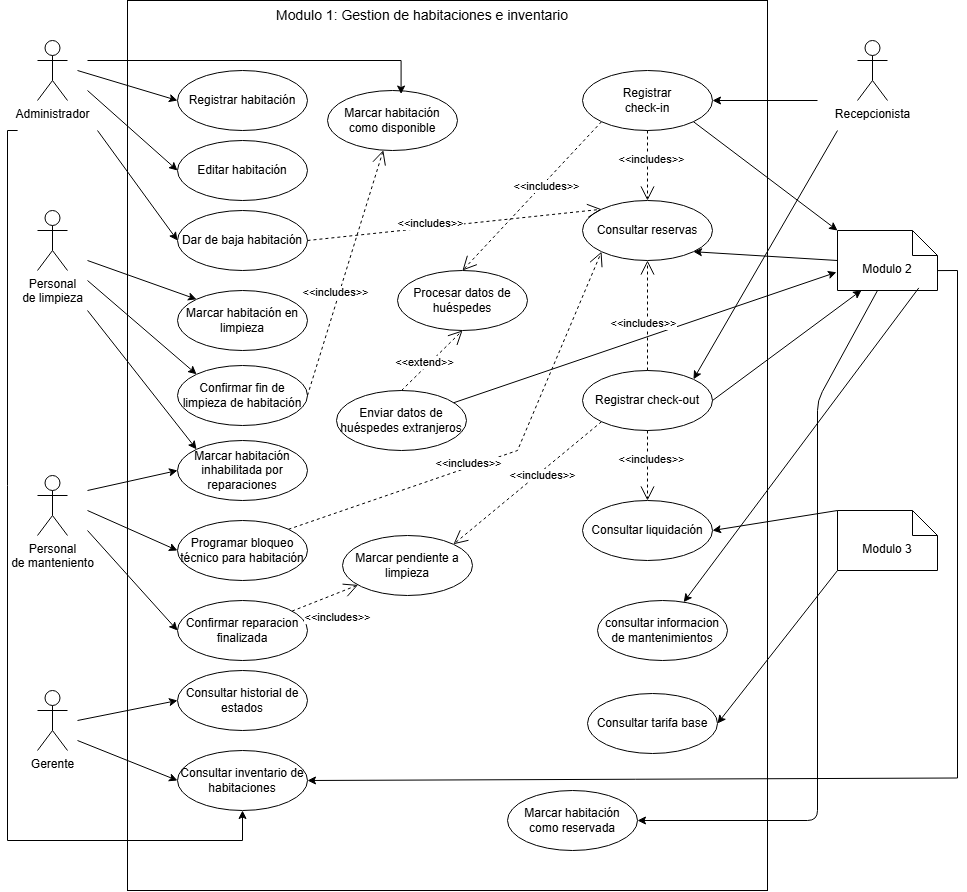
This is documentos/diagramas/cdu-modulo-1.png from MirianMarriaga/hospitua-module-1, a draw.io export, as it was before one commit. Source tidied: cells renumbered, new cells last; positions are measured from the earlier drawing's top-left corner, leaving out a move shared by most shapes.
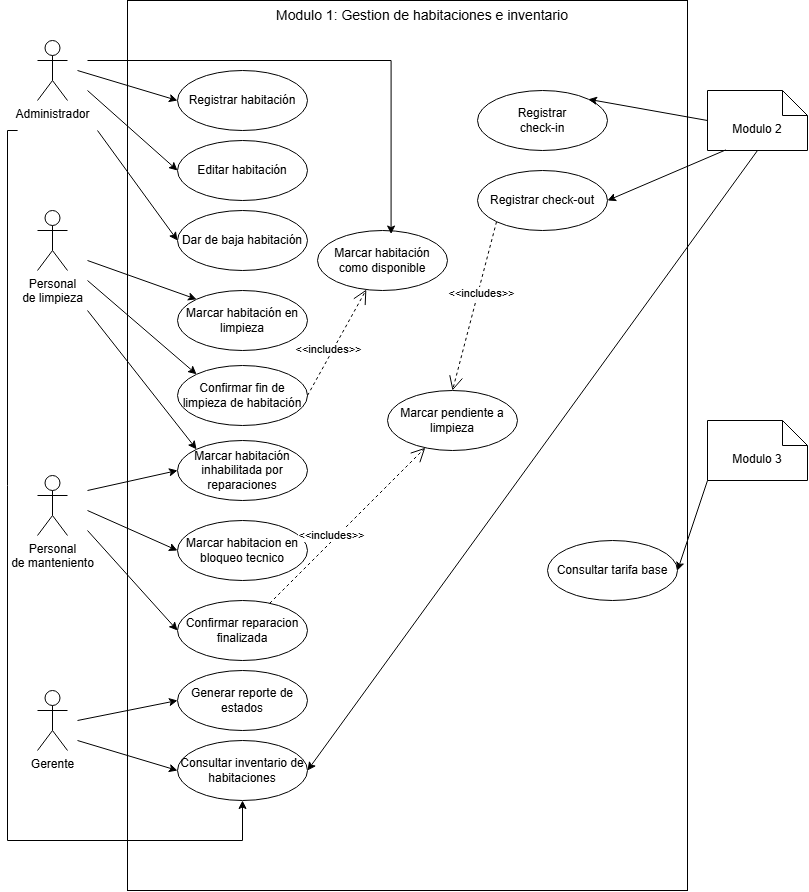
The same diagram one commit later.

The edit, as a diff of the source:
```diff
@@ -3,7 +3,7 @@
     <mxCell id="0" />
     <mxCell id="1" parent="0" />
     <mxCell id="2" style="rounded=0;whiteSpace=wrap;html=1;rotation=-90;fillColor=none;" parent="1" vertex="1">
-      <mxGeometry y="125" width="890" height="640" as="geometry" />
+      <mxGeometry x="-40" y="165" width="890" height="560" as="geometry" />
     </mxCell>
     <mxCell id="3" value="Administrador" style="shape=umlActor;verticalLabelPosition=bottom;verticalAlign=top;html=1;" parent="1" vertex="1">
       <mxGeometry x="35" y="40" width="30" height="60" as="geometry" />
@@ -18,10 +18,10 @@
       <mxGeometry x="265" width="310" height="30" as="geometry" />
     </mxCell>
     <mxCell id="7" value="Modulo 2" style="shape=note2;boundedLbl=1;whiteSpace=wrap;html=1;size=25;verticalAlign=top;align=center;" parent="1" vertex="1">
-      <mxGeometry x="835" y="230" width="100" height="60" as="geometry" />
+      <mxGeometry x="705" y="90" width="100" height="60" as="geometry" />
     </mxCell>
     <mxCell id="8" value="Modulo 3" style="shape=note2;boundedLbl=1;whiteSpace=wrap;html=1;size=25;verticalAlign=top;align=center;" parent="1" vertex="1">
-      <mxGeometry x="835" y="510" width="100" height="60" as="geometry" />
+      <mxGeometry x="705" y="420" width="100" height="60" as="geometry" />
     </mxCell>
     <mxCell id="9" value="Registrar habitación" style="ellipse;whiteSpace=wrap;html=1;" parent="1" vertex="1">
       <mxGeometry x="175" y="70" width="130" height="60" as="geometry" />
@@ -74,6 +74,9 @@
         <mxPoint x="85" y="490" as="sourcePoint" />
       </mxGeometry>
     </mxCell>
+    <mxCell id="64" style="endArrow=classic;html=1;rounded=0;endFill=1;exitX=0.5;exitY=1;exitDx=0;exitDy=0;exitPerimeter=0;entryX=1;entryY=0.5;entryDx=0;entryDy=0;" parent="1" edge="1" source="7" target="26">
+      <mxGeometry relative="1" as="geometry" />
+    </mxCell>
     <mxCell id="22" value="Confirmar reparacion finalizada" style="ellipse;whiteSpace=wrap;html=1;" parent="1" vertex="1">
       <mxGeometry x="175" y="600" width="130" height="60" as="geometry" />
     </mxCell>
@@ -83,13 +86,13 @@
       </mxGeometry>
     </mxCell>
     <mxCell id="24" value="Consultar tarifa base" style="ellipse;whiteSpace=wrap;html=1;" parent="1" vertex="1">
-      <mxGeometry x="585" y="693" width="130" height="60" as="geometry" />
+      <mxGeometry x="545" y="540" width="130" height="60" as="geometry" />
     </mxCell>
     <mxCell id="25" style="endArrow=classic;html=1;rounded=0;endFill=1;entryX=1;entryY=0.5;entryDx=0;entryDy=0;exitX=0;exitY=1;exitDx=0;exitDy=0;exitPerimeter=0;" parent="1" edge="1" source="8" target="24">
       <mxGeometry relative="1" as="geometry" />
     </mxCell>
     <mxCell id="26" value="Consultar inventario de habitaciones" style="ellipse;whiteSpace=wrap;html=1;" parent="1" vertex="1">
-      <mxGeometry x="175" y="750" width="130" height="60" as="geometry" />
+      <mxGeometry x="175" y="740" width="130" height="60" as="geometry" />
     </mxCell>
     <mxCell id="27" style="endArrow=classic;html=1;rounded=0;endFill=1;entryX=0;entryY=0.5;entryDx=0;entryDy=0;" parent="1" edge="1" target="26">
       <mxGeometry relative="1" as="geometry">
@@ -97,25 +100,21 @@
       </mxGeometry>
     </mxCell>
     <mxCell id="28" value="Registrar&lt;div&gt;check-in&lt;/div&gt;" style="ellipse;whiteSpace=wrap;html=1;" parent="1" vertex="1">
-      <mxGeometry x="580" y="70" width="130" height="60" as="geometry" />
+      <mxGeometry x="475" y="90" width="130" height="60" as="geometry" />
     </mxCell>
     <mxCell id="29" value="Registrar check-out" style="ellipse;whiteSpace=wrap;html=1;" parent="1" vertex="1">
-      <mxGeometry x="580" y="370" width="130" height="60" as="geometry" />
+      <mxGeometry x="475" y="170" width="130" height="60" as="geometry" />
     </mxCell>
-    <mxCell id="30" style="endArrow=classic;html=1;rounded=0;endFill=1;entryX=1;entryY=0.5;entryDx=0;entryDy=0;" parent="1" edge="1" target="28">
-      <mxGeometry relative="1" as="geometry">
-        <mxPoint x="815" y="100" as="sourcePoint" />
-      </mxGeometry>
+    <mxCell id="30" style="endArrow=classic;html=1;rounded=0;endFill=1;entryX=1;entryY=0;entryDx=0;entryDy=0;exitX=0;exitY=0.5;exitDx=0;exitDy=0;exitPerimeter=0;" parent="1" edge="1" source="7" target="28">
+      <mxGeometry relative="1" as="geometry" />
     </mxCell>
-    <mxCell id="31" style="endArrow=classic;html=1;rounded=0;endFill=1;entryX=1;entryY=0;entryDx=0;entryDy=0;" parent="1" edge="1" target="29">
-      <mxGeometry relative="1" as="geometry">
-        <mxPoint x="835" y="130" as="sourcePoint" />
-      </mxGeometry>
+    <mxCell id="31" style="endArrow=classic;html=1;rounded=0;endFill=1;entryX=1;entryY=0.5;entryDx=0;entryDy=0;exitX=0.183;exitY=0.99;exitDx=0;exitDy=0;exitPerimeter=0;" parent="1" edge="1" source="7" target="29">
+      <mxGeometry relative="1" as="geometry" />
     </mxCell>
-    <mxCell id="32" value="Consultar historial de estados" style="ellipse;whiteSpace=wrap;html=1;" parent="1" vertex="1">
+    <mxCell id="32" value="Generar reporte de estados" style="ellipse;whiteSpace=wrap;html=1;" parent="1" vertex="1">
       <mxGeometry x="175" y="670" width="130" height="60" as="geometry" />
     </mxCell>
-    <mxCell id="33" value="Programar bloqueo técnico para habitación" style="ellipse;whiteSpace=wrap;html=1;" parent="1" vertex="1">
+    <mxCell id="33" value="Marcar habitacion en bloqueo tecnico" style="ellipse;whiteSpace=wrap;html=1;" parent="1" vertex="1">
       <mxGeometry x="175" y="520" width="130" height="60" as="geometry" />
     </mxCell>
     <mxCell id="34" style="endArrow=classic;html=1;rounded=0;endFill=1;entryX=0;entryY=0.5;entryDx=0;entryDy=0;" parent="1" edge="1" target="33">
@@ -129,7 +128,7 @@
       </mxGeometry>
     </mxCell>
     <mxCell id="36" value="Marcar habitación&lt;div&gt;como disponible&lt;/div&gt;" style="ellipse;whiteSpace=wrap;html=1;" parent="1" vertex="1">
-      <mxGeometry x="325" y="90" width="130" height="60" as="geometry" />
+      <mxGeometry x="315" y="230" width="130" height="60" as="geometry" />
     </mxCell>
     <mxCell id="37" value="&amp;lt;&amp;lt;includes&amp;gt;&amp;gt;" style="endArrow=open;endSize=12;dashed=1;html=1;rounded=0;exitX=1;exitY=0.5;exitDx=0;exitDy=0;" parent="1" edge="1" source="18" target="36">
       <mxGeometry x="-0.17" y="4" relative="1" as="geometry" />
@@ -155,96 +154,16 @@
       </mxGeometry>
     </mxCell>
     <mxCell id="41" value="Marcar pendiente a limpieza" style="ellipse;whiteSpace=wrap;html=1;" parent="1" vertex="1">
-      <mxGeometry x="340" y="535" width="130" height="60" as="geometry" />
+      <mxGeometry x="385" y="390" width="130" height="60" as="geometry" />
     </mxCell>
     <mxCell id="42" value="&amp;lt;&amp;lt;includes&amp;gt;&amp;gt;" style="endArrow=open;endSize=12;dashed=1;html=1;rounded=0;" parent="1" edge="1" source="22" target="41">
-      <mxGeometry x="0.12" y="-23" relative="1" as="geometry" />
+      <mxGeometry x="-0.17" y="4" relative="1" as="geometry" />
     </mxCell>
-    <mxCell id="43" value="&amp;lt;&amp;lt;includes&amp;gt;&amp;gt;" style="endArrow=open;endSize=12;dashed=1;html=1;rounded=0;entryX=1;entryY=0;entryDx=0;entryDy=0;exitX=0;exitY=1;exitDx=0;exitDy=0;" parent="1" edge="1" source="29" target="41">
+    <mxCell id="43" value="&amp;lt;&amp;lt;includes&amp;gt;&amp;gt;" style="endArrow=open;endSize=12;dashed=1;html=1;rounded=0;entryX=0.5;entryY=0;entryDx=0;entryDy=0;exitX=0;exitY=1;exitDx=0;exitDy=0;" parent="1" edge="1" source="29" target="41">
       <mxGeometry x="-0.17" y="4" relative="1" as="geometry" />
     </mxCell>
     <mxCell id="44" style="edgeStyle=orthogonalEdgeStyle;curved=1;rounded=0;orthogonalLoop=1;jettySize=auto;html=1;innerLoopWaypoints=1;exitX=0.5;exitY=1;exitDx=0;exitDy=0;fontSize=12;startSize=8;endSize=8;" parent="1" edge="1" source="41" target="41">
       <mxGeometry relative="1" as="geometry" />
     </mxCell>
-    <mxCell id="45" value="Recepcionista" style="shape=umlActor;verticalLabelPosition=bottom;verticalAlign=top;html=1;" parent="1" vertex="1">
-      <mxGeometry x="855" y="40" width="30" height="60" as="geometry" />
-    </mxCell>
-    <mxCell id="46" value="Consultar reservas" style="ellipse;whiteSpace=wrap;html=1;" parent="1" vertex="1">
-      <mxGeometry x="580" y="200" width="130" height="60" as="geometry" />
-    </mxCell>
-    <mxCell id="47" value="Enviar datos de huéspedes extranjeros" style="ellipse;whiteSpace=wrap;html=1;" parent="1" vertex="1">
-      <mxGeometry x="334" y="390" width="130" height="60" as="geometry" />
-    </mxCell>
-    <mxCell id="48" value="&amp;lt;&amp;lt;extend&amp;gt;&amp;gt;" style="endArrow=open;endSize=12;dashed=1;html=1;rounded=0;exitX=0.5;exitY=0;exitDx=0;exitDy=0;entryX=0.5;entryY=1;entryDx=0;entryDy=0;" parent="1" edge="1" source="47" target="55">
-      <mxGeometry x="-0.16" y="4" relative="1" as="geometry" />
-    </mxCell>
-    <mxCell id="49" value="&amp;lt;&amp;lt;includes&amp;gt;&amp;gt;" style="endArrow=open;endSize=12;dashed=1;html=1;rounded=0;exitX=0.5;exitY=1;exitDx=0;exitDy=0;entryX=0.5;entryY=0;entryDx=0;entryDy=0;" parent="1" edge="1" source="28" target="46">
-      <mxGeometry x="-0.16" y="4" relative="1" as="geometry" />
-    </mxCell>
-    <mxCell id="50" value="Consultar liquidación" style="ellipse;whiteSpace=wrap;html=1;" parent="1" vertex="1">
-      <mxGeometry x="580" y="500" width="130" height="60" as="geometry" />
-    </mxCell>
-    <mxCell id="51" value="&amp;lt;&amp;lt;includes&amp;gt;&amp;gt;" style="endArrow=open;endSize=12;dashed=1;html=1;rounded=0;entryX=0.5;entryY=0;entryDx=0;entryDy=0;exitX=0.5;exitY=1;exitDx=0;exitDy=0;" parent="1" edge="1" source="29" target="50">
-      <mxGeometry x="-0.17" y="4" relative="1" as="geometry" />
-    </mxCell>
-    <mxCell id="52" style="endArrow=classic;html=1;rounded=0;endFill=1;entryX=1;entryY=0.5;entryDx=0;entryDy=0;exitX=0;exitY=0;exitDx=0;exitDy=0;exitPerimeter=0;" parent="1" edge="1" source="8" target="50">
-      <mxGeometry relative="1" as="geometry" />
-    </mxCell>
-    <mxCell id="53" style="endArrow=classic;html=1;rounded=0;endFill=1;entryX=-0.01;entryY=0.696;entryDx=0;entryDy=0;entryPerimeter=0;" parent="1" edge="1" source="47" target="7">
-      <mxGeometry relative="1" as="geometry" />
-    </mxCell>
-    <mxCell id="54" style="endArrow=classic;html=1;rounded=0;endFill=1;entryX=1;entryY=1;entryDx=0;entryDy=0;exitX=0;exitY=0.5;exitDx=0;exitDy=0;exitPerimeter=0;" parent="1" edge="1" source="7" target="46">
-      <mxGeometry relative="1" as="geometry" />
-    </mxCell>
-    <mxCell id="55" value="Procesar datos de huéspedes" style="ellipse;whiteSpace=wrap;html=1;" parent="1" vertex="1">
-      <mxGeometry x="395" y="270" width="130" height="60" as="geometry" />
-    </mxCell>
-    <mxCell id="56" value="&amp;lt;&amp;lt;includes&amp;gt;&amp;gt;" style="endArrow=open;endSize=12;dashed=1;html=1;rounded=0;exitX=0;exitY=1;exitDx=0;exitDy=0;entryX=0.5;entryY=0;entryDx=0;entryDy=0;" parent="1" edge="1" source="28" target="55">
-      <mxGeometry x="-0.16" y="4" relative="1" as="geometry" />
-    </mxCell>
-    <mxCell id="57" style="endArrow=classic;html=1;rounded=0;endFill=1;entryX=0;entryY=0;entryDx=0;entryDy=0;exitX=1;exitY=1;exitDx=0;exitDy=0;entryPerimeter=0;" parent="1" edge="1" source="28" target="7">
-      <mxGeometry relative="1" as="geometry" />
-    </mxCell>
-    <mxCell id="58" style="endArrow=classic;html=1;rounded=0;endFill=1;exitX=1;exitY=0.5;exitDx=0;exitDy=0;entryX=0.24;entryY=0.996;entryDx=0;entryDy=0;entryPerimeter=0;" parent="1" edge="1" source="29" target="7">
-      <mxGeometry relative="1" as="geometry" />
-    </mxCell>
-    <mxCell id="59" value="Marcar habitación como reservada" style="ellipse;whiteSpace=wrap;html=1;" parent="1" vertex="1">
-      <mxGeometry x="505" y="790" width="130" height="60" as="geometry" />
-    </mxCell>
-    <mxCell id="60" style="endArrow=classic;html=1;rounded=1;endFill=1;entryX=1;entryY=0.5;entryDx=0;entryDy=0;curved=0;exitX=0.4;exitY=1;exitDx=0;exitDy=0;exitPerimeter=0;" parent="1" edge="1" source="7" target="59">
-      <mxGeometry relative="1" as="geometry">
-        <Array as="points">
-          <mxPoint x="815" y="400" />
-          <mxPoint x="815" y="820" />
-        </Array>
-      </mxGeometry>
-    </mxCell>
-    <mxCell id="61" value="&amp;lt;&amp;lt;includes&amp;gt;&amp;gt;" style="endArrow=open;endSize=12;dashed=1;html=1;rounded=0;exitX=1;exitY=0.5;exitDx=0;exitDy=0;entryX=0;entryY=0;entryDx=0;entryDy=0;" parent="1" edge="1" source="12" target="46">
-      <mxGeometry x="-0.16" y="4" relative="1" as="geometry" />
-    </mxCell>
-    <mxCell id="62" value="&amp;lt;&amp;lt;includes&amp;gt;&amp;gt;" style="endArrow=open;endSize=12;dashed=1;html=1;rounded=0;exitX=1;exitY=0;exitDx=0;exitDy=0;entryX=0;entryY=1;entryDx=0;entryDy=0;" parent="1" edge="1" source="33" target="46">
-      <mxGeometry x="-0.16" y="4" relative="1" as="geometry">
-        <Array as="points">
-          <mxPoint x="515" y="450" />
-        </Array>
-      </mxGeometry>
-    </mxCell>
-    <mxCell id="63" value="&amp;lt;&amp;lt;includes&amp;gt;&amp;gt;" style="endArrow=open;endSize=12;dashed=1;html=1;rounded=0;exitX=0.5;exitY=0;exitDx=0;exitDy=0;" parent="1" edge="1" source="29" target="46">
-      <mxGeometry x="-0.15" y="4" relative="1" as="geometry" />
-    </mxCell>
-    <mxCell id="64" style="endArrow=classic;html=1;rounded=0;endFill=1;entryX=1;entryY=0.5;entryDx=0;entryDy=0;exitX=1.001;exitY=0.668;exitDx=0;exitDy=0;exitPerimeter=0;" parent="1" edge="1" source="7" target="26">
-      <mxGeometry relative="1" as="geometry">
-        <Array as="points">
-          <mxPoint x="955" y="270" />
-          <mxPoint x="955" y="777.5" />
-        </Array>
-      </mxGeometry>
-    </mxCell>
-    <mxCell id="65" value="consultar informacion de mantenimientos" style="ellipse;whiteSpace=wrap;html=1;" parent="1" vertex="1">
-      <mxGeometry x="595" y="600" width="130" height="60" as="geometry" />
-    </mxCell>
-    <mxCell id="66" style="endArrow=classic;html=1;rounded=0;endFill=1;exitX=0.813;exitY=0.957;exitDx=0;exitDy=0;exitPerimeter=0;" parent="1" edge="1" source="7" target="65">
-      <mxGeometry relative="1" as="geometry" />
-    </mxCell>
   </root>
 </mxGraphModel>
```
